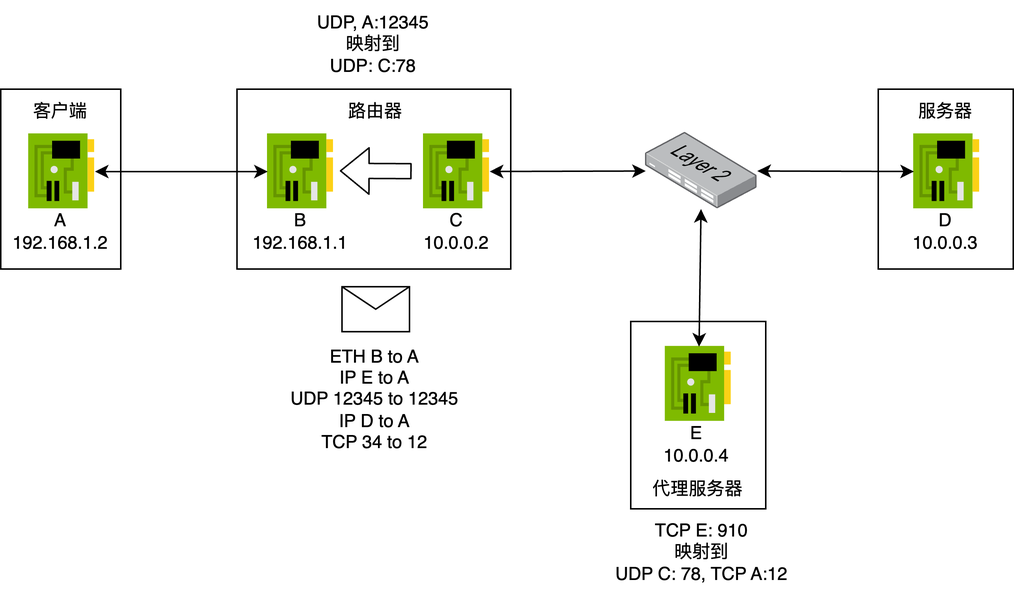
Before: example_step11.png, a diagram exported from draw.io (N2Sys-EDU/Lab3-Documentation). Source tidied: cells renumbered, new cells last; positions are measured from the earlier drawing's top-left corner, leaving out a move shared by most shapes.
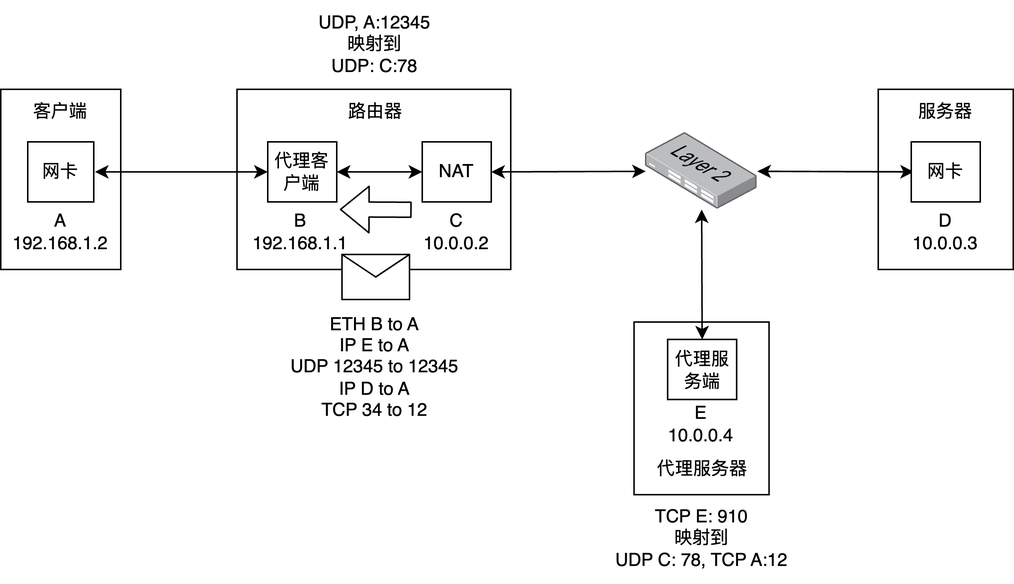
Above is the later version.

Diff of the diagram source:
```diff
@@ -2,33 +2,27 @@
   <root>
     <mxCell id="0" />
     <mxCell id="1" parent="0" />
+    <mxCell id="26" value="TCP E: 910&lt;br&gt;映射到&lt;br&gt;UDP C: 78, TCP A:12" style="text;html=1;strokeColor=none;fillColor=none;align=center;verticalAlign=middle;whiteSpace=wrap;rounded=0;" parent="1" vertex="1">
+      <mxGeometry x="407" y="329" width="121.2" height="58.2" as="geometry" />
+    </mxCell>
     <mxCell id="2" value="UDP, A:12345&lt;br&gt;映射到&lt;br&gt;UDP: C:78" style="text;html=1;strokeColor=none;fillColor=none;align=center;verticalAlign=middle;whiteSpace=wrap;rounded=0;" parent="1" vertex="1">
-      <mxGeometry x="188.1" y="-0.1" width="121.2" height="59.1" as="geometry" />
+      <mxGeometry x="189.4" y="-0.1" width="121.2" height="59.1" as="geometry" />
     </mxCell>
-    <mxCell id="3" value="TCP E: 910&lt;br&gt;映射到&lt;br&gt;UDP C: 78, TCP A:12" style="text;html=1;strokeColor=none;fillColor=none;align=center;verticalAlign=middle;whiteSpace=wrap;rounded=0;" parent="1" vertex="1">
-      <mxGeometry x="406.6" y="339" width="121.2" height="58.2" as="geometry" />
-    </mxCell>
-    <mxCell id="4" style="rounded=0;whiteSpace=wrap;html=1;" parent="1" vertex="1">
-      <mxGeometry x="585" y="59" width="90" height="120" as="geometry" />
-    </mxCell>
-    <mxCell id="5" style="rounded=0;whiteSpace=wrap;html=1;" parent="1" vertex="1">
-      <mxGeometry x="420" y="214" width="90" height="125" as="geometry" />
-    </mxCell>
-    <mxCell id="6" style="rounded=0;whiteSpace=wrap;html=1;" parent="1" vertex="1">
-      <mxGeometry x="157.5" y="59" width="182.5" height="120" as="geometry" />
-    </mxCell>
-    <mxCell id="7" style="rounded=0;whiteSpace=wrap;html=1;" parent="1" vertex="1">
-      <mxGeometry y="59" width="80" height="120" as="geometry" />
-    </mxCell>
+    <mxCell id="30" style="rounded=0;whiteSpace=wrap;html=1;" parent="1" vertex="1">
+      <mxGeometry x="585" y="59" width="90" height="120" as="geometry" />
+    </mxCell>
+    <mxCell id="31" style="rounded=0;whiteSpace=wrap;html=1;" parent="1" vertex="1">
+      <mxGeometry x="422.2" y="214" width="90" height="115" as="geometry" />
+    </mxCell>
+    <mxCell id="32" style="rounded=0;whiteSpace=wrap;html=1;" parent="1" vertex="1">
+      <mxGeometry x="157.5" y="59" width="182.5" height="120" as="geometry" />
+    </mxCell>
+    <mxCell id="33" style="rounded=0;whiteSpace=wrap;html=1;" parent="1" vertex="1">
+      <mxGeometry y="59" width="80" height="120" as="geometry" />
+    </mxCell>
     <mxCell id="8" value="客户端" style="text;html=1;strokeColor=none;fillColor=none;align=center;verticalAlign=middle;whiteSpace=wrap;rounded=0;" parent="1" vertex="1">
       <mxGeometry y="59" width="80" height="30" as="geometry" />
     </mxCell>
-    <mxCell id="9" style="sketch=0;html=1;points=[];align=center;image;fontSize=12;image=img/lib/mscae/NetworkInterfaceCard.svg;" parent="1" vertex="1">
-      <mxGeometry x="178" y="89" width="44" height="50" as="geometry" />
-    </mxCell>
-    <mxCell id="10" style="sketch=0;html=1;points=[];align=center;image;fontSize=12;image=img/lib/mscae/NetworkInterfaceCard.svg;" parent="1" vertex="1">
-      <mxGeometry x="18.8" y="89" width="44" height="50" as="geometry" />
-    </mxCell>
     <mxCell id="11" value="A&lt;br&gt;192.168.1.2" style="text;html=1;strokeColor=none;fillColor=none;align=center;verticalAlign=middle;whiteSpace=wrap;rounded=0;" parent="1" vertex="1">
       <mxGeometry y="139" width="80" height="30" as="geometry" />
     </mxCell>
@@ -38,56 +32,73 @@
     <mxCell id="13" value="B&lt;br&gt;192.168.1.1" style="text;html=1;strokeColor=none;fillColor=none;align=center;verticalAlign=middle;whiteSpace=wrap;rounded=0;" parent="1" vertex="1">
       <mxGeometry x="160" y="139" width="80" height="30" as="geometry" />
     </mxCell>
-    <mxCell id="14" style="endArrow=classic;startArrow=classic;html=1;" parent="1" edge="1" source="10" target="9">
-      <mxGeometry relative="1" as="geometry" />
-    </mxCell>
-    <mxCell id="15" style="sketch=0;html=1;points=[];align=center;image;fontSize=12;image=img/lib/mscae/NetworkInterfaceCard.svg;" parent="1" vertex="1">
-      <mxGeometry x="282" y="89" width="44" height="50" as="geometry" />
-    </mxCell>
+    <mxCell id="34" style="endArrow=classic;startArrow=classic;html=1;" parent="1" edge="1">
+      <mxGeometry relative="1" as="geometry">
+        <mxPoint x="62.8" y="114" as="sourcePoint" />
+        <mxPoint x="178" y="114" as="targetPoint" />
+      </mxGeometry>
+    </mxCell>
     <mxCell id="16" value="C&lt;br&gt;10.0.0.2" style="text;html=1;strokeColor=none;fillColor=none;align=center;verticalAlign=middle;whiteSpace=wrap;rounded=0;" parent="1" vertex="1">
       <mxGeometry x="264" y="139" width="80" height="30" as="geometry" />
     </mxCell>
     <mxCell id="17" value="服务器" style="text;html=1;strokeColor=none;fillColor=none;align=center;verticalAlign=middle;whiteSpace=wrap;rounded=0;" parent="1" vertex="1">
       <mxGeometry x="590" y="59" width="80" height="30" as="geometry" />
     </mxCell>
-    <mxCell id="18" style="sketch=0;html=1;points=[];align=center;image;fontSize=12;image=img/lib/mscae/NetworkInterfaceCard.svg;" parent="1" vertex="1">
-      <mxGeometry x="608.8" y="89" width="44" height="50" as="geometry" />
-    </mxCell>
     <mxCell id="19" value="D&lt;br&gt;10.0.0.3" style="text;html=1;strokeColor=none;fillColor=none;align=center;verticalAlign=middle;whiteSpace=wrap;rounded=0;" parent="1" vertex="1">
       <mxGeometry x="590" y="139" width="80" height="30" as="geometry" />
     </mxCell>
-    <mxCell id="20" style="endArrow=classic;startArrow=classic;html=1;" parent="1" edge="1" source="15" target="21">
-      <mxGeometry relative="1" as="geometry" />
-    </mxCell>
-    <mxCell id="21" style="points=[];html=1;align=center;shadow=0;dashed=0;image;image=img/lib/allied_telesis/switch/Switch_24_port_L2.svg;" parent="1" vertex="1">
-      <mxGeometry x="430" y="88" width="74.4" height="51" as="geometry" />
-    </mxCell>
-    <mxCell id="22" style="endArrow=classic;startArrow=classic;html=1;" parent="1" edge="1" source="21" target="18">
-      <mxGeometry relative="1" as="geometry" />
-    </mxCell>
+    <mxCell id="35" style="endArrow=classic;startArrow=classic;html=1;exitX=1;exitY=0.5;exitDx=0;exitDy=0;" parent="1" edge="1" source="42" target="36">
+      <mxGeometry relative="1" as="geometry" />
+    </mxCell>
+    <mxCell id="36" style="points=[];html=1;align=center;shadow=0;dashed=0;image;image=img/lib/allied_telesis/switch/Switch_24_port_L2.svg;" parent="1" vertex="1">
+      <mxGeometry x="430" y="88" width="74.4" height="51" as="geometry" />
+    </mxCell>
+    <mxCell id="37" style="endArrow=classic;startArrow=classic;html=1;" parent="1" edge="1" source="36">
+      <mxGeometry relative="1" as="geometry">
+        <mxPoint x="608.8" y="113.9" as="targetPoint" />
+      </mxGeometry>
+    </mxCell>
     <mxCell id="23" value="代理服务器" style="text;html=1;strokeColor=none;fillColor=none;align=center;verticalAlign=middle;whiteSpace=wrap;rounded=0;" parent="1" vertex="1">
-      <mxGeometry x="425.2" y="310.8" width="80" height="30" as="geometry" />
+      <mxGeometry x="427.6" y="297.4" width="80" height="30" as="geometry" />
     </mxCell>
-    <mxCell id="24" style="sketch=0;html=1;points=[];align=center;image;fontSize=12;image=img/lib/mscae/NetworkInterfaceCard.svg;" parent="1" vertex="1">
-      <mxGeometry x="443.2" y="230.8" width="44" height="50" as="geometry" />
-    </mxCell>
     <mxCell id="25" value="E&lt;br&gt;10.0.0.4" style="text;html=1;strokeColor=none;fillColor=none;align=center;verticalAlign=middle;whiteSpace=wrap;rounded=0;" parent="1" vertex="1">
-      <mxGeometry x="424.4" y="280.8" width="80" height="30" as="geometry" />
+      <mxGeometry x="426.8" y="267.4" width="80" height="30" as="geometry" />
     </mxCell>
-    <mxCell id="26" style="endArrow=classic;startArrow=classic;html=1;" parent="1" edge="1" source="21" target="24">
-      <mxGeometry relative="1" as="geometry" />
-    </mxCell>
+    <mxCell id="38" style="endArrow=classic;startArrow=classic;html=1;entryX=0.5;entryY=0;entryDx=0;entryDy=0;" parent="1" edge="1" source="36" target="45">
+      <mxGeometry relative="1" as="geometry" />
+    </mxCell>
+    <mxCell id="39" value="网卡" style="rounded=0;whiteSpace=wrap;html=1;" parent="1" vertex="1">
+      <mxGeometry x="18" y="94" width="44" height="40" as="geometry" />
+    </mxCell>
+    <mxCell id="40" style="edgeStyle=none;html=1;exitX=1;exitY=0.5;exitDx=0;exitDy=0;entryX=0;entryY=0.5;entryDx=0;entryDy=0;startArrow=classic;startFill=1;" parent="1" edge="1" source="41" target="42">
+      <mxGeometry relative="1" as="geometry" />
+    </mxCell>
+    <mxCell id="41" value="代理客户端" style="rounded=0;whiteSpace=wrap;html=1;" parent="1" vertex="1">
+      <mxGeometry x="178" y="94" width="46" height="40" as="geometry" />
+    </mxCell>
+    <mxCell id="42" value="NAT" style="rounded=0;whiteSpace=wrap;html=1;" parent="1" vertex="1">
+      <mxGeometry x="281" y="94" width="46" height="40" as="geometry" />
+    </mxCell>
+    <mxCell id="43" style="edgeStyle=none;html=1;exitX=0;exitY=0.5;exitDx=0;exitDy=0;" parent="1" edge="1" source="44" target="36">
+      <mxGeometry relative="1" as="geometry" />
+    </mxCell>
+    <mxCell id="44" value="网卡" style="rounded=0;whiteSpace=wrap;html=1;" parent="1" vertex="1">
+      <mxGeometry x="607" y="94" width="46" height="40" as="geometry" />
+    </mxCell>
+    <mxCell id="45" value="代理服务端" style="rounded=0;whiteSpace=wrap;html=1;" parent="1" vertex="1">
+      <mxGeometry x="444.6" y="225.6" width="46" height="40" as="geometry" />
+    </mxCell>
     <mxCell id="27" style="shape=message;html=1;html=1;labelPosition=center;verticalLabelPosition=bottom;align=center;verticalAlign=top;" parent="1" vertex="1">
-      <mxGeometry x="227.5" y="190.8" width="45" height="30" as="geometry" />
+      <mxGeometry x="227.5" y="169" width="45" height="30" as="geometry" />
     </mxCell>
     <mxCell id="28" style="shape=flexArrow;endArrow=classic;html=1;" parent="1" edge="1">
       <mxGeometry relative="1" as="geometry">
-        <mxPoint x="274" y="113.7" as="sourcePoint" />
-        <mxPoint x="226" y="113.5" as="targetPoint" />
+        <mxPoint x="274" y="139.2" as="sourcePoint" />
+        <mxPoint x="226" y="139" as="targetPoint" />
       </mxGeometry>
     </mxCell>
     <mxCell id="29" value="ETH B to A&lt;br&gt;IP E to A&lt;br&gt;UDP 12345 to 12345&lt;br&gt;IP D to A&lt;br&gt;TCP 34 to 12" style="text;html=1;strokeColor=none;fillColor=none;align=center;verticalAlign=middle;whiteSpace=wrap;rounded=0;" parent="1" vertex="1">
-      <mxGeometry x="189.4" y="220.8" width="121.2" height="90" as="geometry" />
+      <mxGeometry x="189.4" y="199" width="121.2" height="90" as="geometry" />
     </mxCell>
   </root>
 </mxGraphModel>
```
